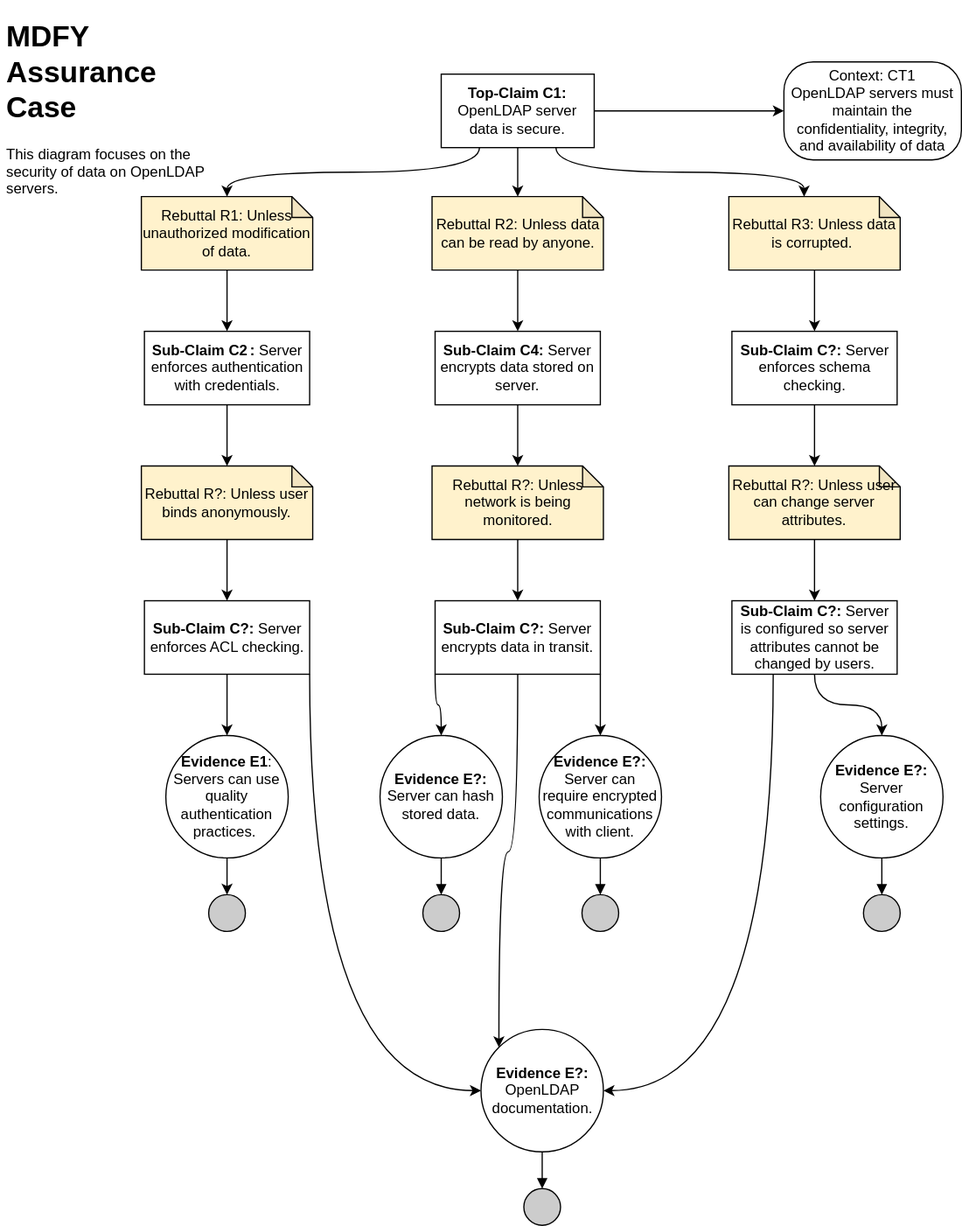
bartelsjoshuac/SAPG keeps this draw.io diagram as images/MDFY_Assurance_Case.drawio.svg. Above is the earlier version. Source tidied: cells renumbered, new cells last; positions are measured from the earlier drawing's top-left corner, leaving out a move shared by most shapes.
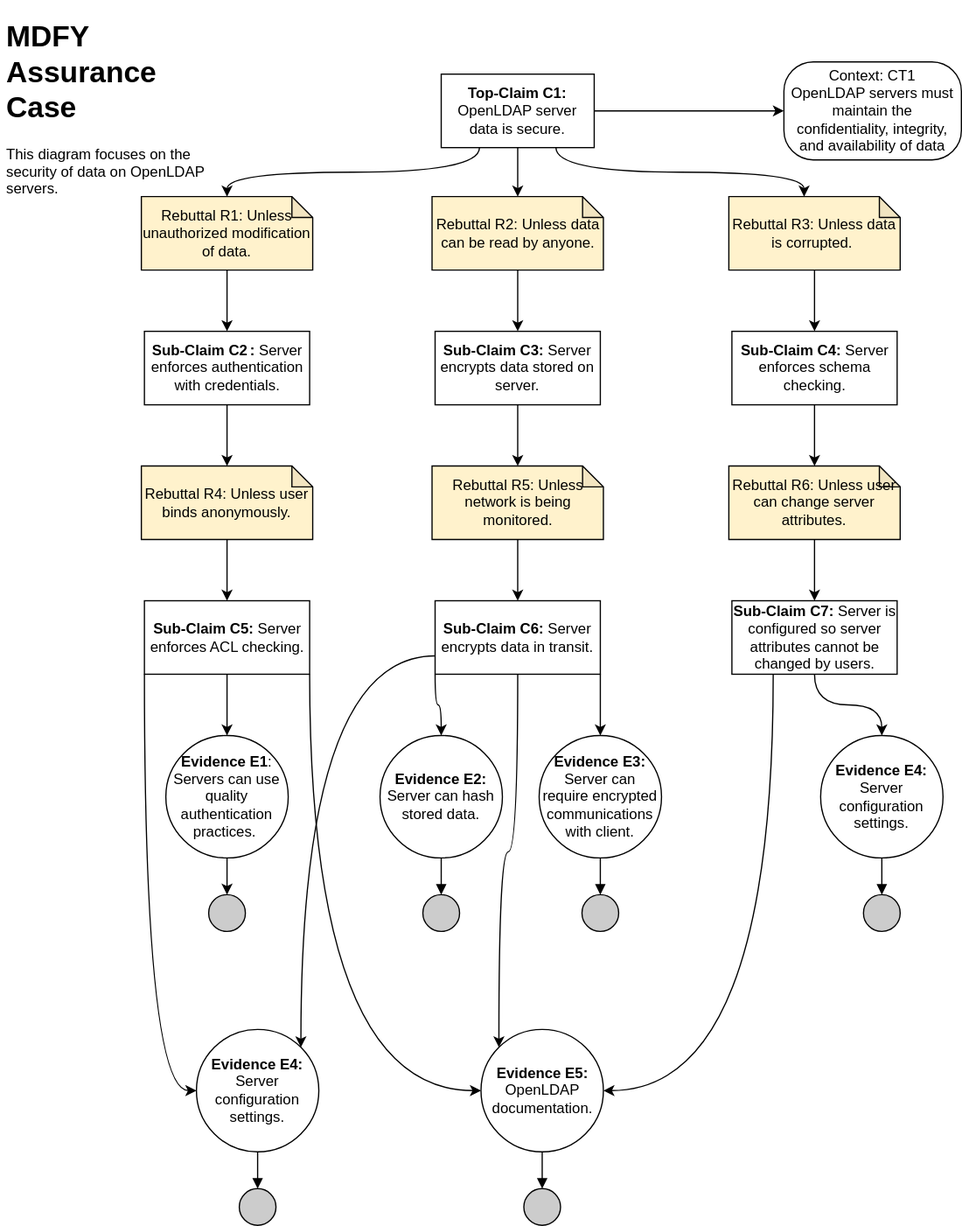
The same diagram one commit later.

Diff of the diagram source:
```diff
@@ -26,7 +26,7 @@
     <mxCell id="9" style="edgeStyle=orthogonalEdgeStyle;curved=1;rounded=0;jettySize=auto;html=1;entryX=0.5;entryY=0;entryDx=0;entryDy=0;endArrow=block;endFill=1;" parent="1" edge="1" source="10" target="12">
       <mxGeometry relative="1" as="geometry" />
     </mxCell>
-    <mxCell id="10" value="&lt;b&gt;Evidence E?:&lt;/b&gt;&lt;br&gt;OpenLDAP documentation." style="ellipse;whiteSpace=wrap;html=1;fillColor=#ffffff;rounded=0;" parent="1" vertex="1">
+    <mxCell id="10" value="&lt;b&gt;Evidence E5:&lt;/b&gt;&lt;br&gt;OpenLDAP documentation." style="ellipse;whiteSpace=wrap;html=1;fillColor=#ffffff;rounded=0;" parent="1" vertex="1">
       <mxGeometry x="392.5" y="830" width="100" height="100" as="geometry" />
     </mxCell>
     <mxCell id="11" style="ellipse;whiteSpace=wrap;html=1;fillColor=#CCCCCC;" parent="1" vertex="1">
@@ -59,19 +59,19 @@
     <mxCell id="20" style="edgeStyle=orthogonalEdgeStyle;rounded=0;jettySize=auto;html=1;exitX=0.5;exitY=1;exitDx=0;exitDy=0;exitPerimeter=0;entryX=0.5;entryY=0;entryDx=0;entryDy=0;" parent="1" edge="1" source="21" target="29">
       <mxGeometry relative="1" as="geometry" />
     </mxCell>
-    <mxCell id="21" value="Rebuttal R?: Unless network is being monitored." style="shape=note;whiteSpace=wrap;html=1;backgroundOutline=1;darkOpacity=0.05;size=17;fillColor=#FFF2CC;" parent="1" vertex="1">
+    <mxCell id="21" value="Rebuttal R5: Unless network is being monitored." style="shape=note;whiteSpace=wrap;html=1;backgroundOutline=1;darkOpacity=0.05;size=17;fillColor=#FFF2CC;" parent="1" vertex="1">
       <mxGeometry x="352.5" y="370" width="140" height="60" as="geometry" />
     </mxCell>
-    <mxCell id="22" value="&lt;b&gt;Sub-Claim C?: &lt;/b&gt;Server enforces schema checking." style="rounded=0;whiteSpace=wrap;html=1;" parent="1" vertex="1">
+    <mxCell id="22" value="&lt;b&gt;Sub-Claim C4: &lt;/b&gt;Server enforces schema checking." style="rounded=0;whiteSpace=wrap;html=1;" parent="1" vertex="1">
       <mxGeometry x="597.5" y="260" width="135" height="60" as="geometry" />
     </mxCell>
     <mxCell id="23" style="edgeStyle=orthogonalEdgeStyle;rounded=0;jettySize=auto;html=1;exitX=0.5;exitY=1;exitDx=0;exitDy=0;exitPerimeter=0;entryX=0.5;entryY=0;entryDx=0;entryDy=0;" parent="1" edge="1" source="24" target="32">
       <mxGeometry relative="1" as="geometry" />
     </mxCell>
-    <mxCell id="24" value="Rebuttal R?: Unless user binds anonymously." style="shape=note;whiteSpace=wrap;html=1;backgroundOutline=1;darkOpacity=0.05;size=17;fillColor=#FFF2CC;" parent="1" vertex="1">
+    <mxCell id="24" value="Rebuttal R4: Unless user binds anonymously." style="shape=note;whiteSpace=wrap;html=1;backgroundOutline=1;darkOpacity=0.05;size=17;fillColor=#FFF2CC;" parent="1" vertex="1">
       <mxGeometry x="115" y="370" width="140" height="60" as="geometry" />
     </mxCell>
-    <mxCell id="25" value="&lt;b&gt;Sub-Claim C4: &lt;/b&gt;Server encrypts data stored on server." style="rounded=0;whiteSpace=wrap;html=1;" parent="1" vertex="1">
+    <mxCell id="25" value="&lt;b&gt;Sub-Claim C3: &lt;/b&gt;Server encrypts data stored on server." style="rounded=0;whiteSpace=wrap;html=1;" parent="1" vertex="1">
       <mxGeometry x="355" y="260" width="135" height="60" as="geometry" />
     </mxCell>
     <mxCell id="26" style="edgeStyle=orthogonalEdgeStyle;rounded=0;jettySize=auto;html=1;exitX=0;exitY=1;exitDx=0;exitDy=0;entryX=0.5;entryY=0;entryDx=0;entryDy=0;curved=1;" parent="1" edge="1" source="29" target="41">
@@ -83,7 +83,10 @@
     <mxCell id="28" style="edgeStyle=orthogonalEdgeStyle;rounded=0;jettySize=auto;html=1;exitX=0.5;exitY=1;exitDx=0;exitDy=0;entryX=0;entryY=0;entryDx=0;entryDy=0;curved=1;" parent="1" edge="1" source="29" target="10">
       <mxGeometry relative="1" as="geometry" />
     </mxCell>
+    <mxCell id="52" style="edgeStyle=orthogonalEdgeStyle;rounded=0;jettySize=auto;html=1;exitX=0;exitY=0.75;exitDx=0;exitDy=0;entryX=1;entryY=0;entryDx=0;entryDy=0;curved=1;" parent="1" edge="1" source="29" target="55">
+      <mxGeometry relative="1" as="geometry" />
+    </mxCell>
-    <mxCell id="29" value="&lt;b&gt;Sub-Claim C?: &lt;/b&gt;Server encrypts data in transit." style="rounded=0;whiteSpace=wrap;html=1;" parent="1" vertex="1">
+    <mxCell id="29" value="&lt;b&gt;Sub-Claim C6: &lt;/b&gt;Server encrypts data in transit." style="rounded=0;whiteSpace=wrap;html=1;" parent="1" vertex="1">
       <mxGeometry x="355" y="480" width="135" height="60" as="geometry" />
     </mxCell>
     <mxCell id="30" style="edgeStyle=orthogonalEdgeStyle;rounded=0;jettySize=auto;html=1;exitX=0.5;exitY=1;exitDx=0;exitDy=0;entryX=0.5;entryY=0;entryDx=0;entryDy=0;" parent="1" edge="1" source="32" target="8">
@@ -92,7 +95,10 @@
     <mxCell id="31" style="edgeStyle=orthogonalEdgeStyle;rounded=0;jettySize=auto;html=1;exitX=1;exitY=1;exitDx=0;exitDy=0;entryX=0;entryY=0.5;entryDx=0;entryDy=0;curved=1;" parent="1" edge="1" source="32" target="10">
       <mxGeometry relative="1" as="geometry" />
     </mxCell>
+    <mxCell id="53" style="edgeStyle=orthogonalEdgeStyle;rounded=0;jettySize=auto;html=1;exitX=0;exitY=1;exitDx=0;exitDy=0;entryX=0;entryY=0.5;entryDx=0;entryDy=0;curved=1;" parent="1" edge="1" source="32" target="55">
+      <mxGeometry relative="1" as="geometry" />
+    </mxCell>
-    <mxCell id="32" value="&lt;b&gt;Sub-Claim C?: &lt;/b&gt;Server enforces ACL checking." style="rounded=0;whiteSpace=wrap;html=1;" parent="1" vertex="1">
+    <mxCell id="32" value="&lt;b&gt;Sub-Claim C5: &lt;/b&gt;Server enforces ACL checking." style="rounded=0;whiteSpace=wrap;html=1;" parent="1" vertex="1">
       <mxGeometry x="117.5" y="480" width="135" height="60" as="geometry" />
     </mxCell>
     <mxCell id="33" style="edgeStyle=orthogonalEdgeStyle;rounded=0;jettySize=auto;html=1;exitX=0.5;exitY=1;exitDx=0;exitDy=0;entryX=0.5;entryY=0;entryDx=0;entryDy=0;entryPerimeter=0;curved=1;" parent="1" edge="1" source="5" target="19">
@@ -110,7 +116,7 @@
     <mxCell id="37" style="edgeStyle=orthogonalEdgeStyle;curved=1;rounded=0;jettySize=auto;html=1;entryX=0.5;entryY=0;entryDx=0;entryDy=0;endArrow=block;endFill=1;" parent="1" edge="1" source="38" target="39">
       <mxGeometry relative="1" as="geometry" />
     </mxCell>
-    <mxCell id="38" value="&lt;b&gt;Evidence E?: &lt;/b&gt;Server configuration settings." style="ellipse;whiteSpace=wrap;html=1;fillColor=#ffffff;rounded=0;" parent="1" vertex="1">
+    <mxCell id="38" value="&lt;b&gt;Evidence E4: &lt;/b&gt;Server configuration settings." style="ellipse;whiteSpace=wrap;html=1;fillColor=#ffffff;rounded=0;" parent="1" vertex="1">
       <mxGeometry x="670" y="590" width="100" height="100" as="geometry" />
     </mxCell>
     <mxCell id="39" style="ellipse;whiteSpace=wrap;html=1;fillColor=#CCCCCC;" parent="1" vertex="1">
@@ -119,7 +125,7 @@
     <mxCell id="40" style="edgeStyle=orthogonalEdgeStyle;curved=1;rounded=0;jettySize=auto;html=1;entryX=0.5;entryY=0;entryDx=0;entryDy=0;endArrow=block;endFill=1;" parent="1" edge="1" source="41" target="42">
       <mxGeometry relative="1" as="geometry" />
     </mxCell>
-    <mxCell id="41" value="&lt;b&gt;Evidence E?:&lt;/b&gt;&lt;br&gt;Server can hash stored data." style="ellipse;whiteSpace=wrap;html=1;fillColor=#ffffff;rounded=0;" parent="1" vertex="1">
+    <mxCell id="41" value="&lt;b&gt;Evidence E2:&lt;/b&gt;&lt;br&gt;Server can hash stored data." style="ellipse;whiteSpace=wrap;html=1;fillColor=#ffffff;rounded=0;" parent="1" vertex="1">
       <mxGeometry x="310" y="590" width="100" height="100" as="geometry" />
     </mxCell>
     <mxCell id="42" style="ellipse;whiteSpace=wrap;html=1;fillColor=#CCCCCC;" parent="1" vertex="1">
@@ -128,7 +134,7 @@
     <mxCell id="43" style="edgeStyle=orthogonalEdgeStyle;curved=1;rounded=0;jettySize=auto;html=1;entryX=0.5;entryY=0;entryDx=0;entryDy=0;endArrow=block;endFill=1;" parent="1" edge="1" source="44" target="45">
       <mxGeometry relative="1" as="geometry" />
     </mxCell>
-    <mxCell id="44" value="&lt;b&gt;Evidence E?:&lt;/b&gt;&lt;br&gt;Server can require encrypted communications with client." style="ellipse;whiteSpace=wrap;html=1;fillColor=#ffffff;rounded=0;" parent="1" vertex="1">
+    <mxCell id="44" value="&lt;b&gt;Evidence E3:&lt;/b&gt;&lt;br&gt;Server can require encrypted communications with client." style="ellipse;whiteSpace=wrap;html=1;fillColor=#ffffff;rounded=0;" parent="1" vertex="1">
       <mxGeometry x="440" y="590" width="100" height="100" as="geometry" />
     </mxCell>
     <mxCell id="45" style="ellipse;whiteSpace=wrap;html=1;fillColor=#CCCCCC;" parent="1" vertex="1">
@@ -137,7 +143,7 @@
     <mxCell id="46" style="edgeStyle=orthogonalEdgeStyle;rounded=0;jettySize=auto;html=1;exitX=0.5;exitY=1;exitDx=0;exitDy=0;exitPerimeter=0;entryX=0.5;entryY=0;entryDx=0;entryDy=0;" parent="1" edge="1" source="47" target="51">
       <mxGeometry relative="1" as="geometry" />
     </mxCell>
-    <mxCell id="47" value="Rebuttal R?: Unless user can change server attributes." style="shape=note;whiteSpace=wrap;html=1;backgroundOutline=1;darkOpacity=0.05;size=17;fillColor=#FFF2CC;" parent="1" vertex="1">
+    <mxCell id="47" value="Rebuttal R6: Unless user can change server attributes." style="shape=note;whiteSpace=wrap;html=1;backgroundOutline=1;darkOpacity=0.05;size=17;fillColor=#FFF2CC;" parent="1" vertex="1">
       <mxGeometry x="595" y="370" width="140" height="60" as="geometry" />
     </mxCell>
     <mxCell id="48" style="edgeStyle=orthogonalEdgeStyle;rounded=0;jettySize=auto;html=1;exitX=0.5;exitY=1;exitDx=0;exitDy=0;entryX=0.5;entryY=0;entryDx=0;entryDy=0;entryPerimeter=0;" parent="1" edge="1" source="22" target="47">
@@ -149,8 +155,17 @@
     <mxCell id="50" style="edgeStyle=orthogonalEdgeStyle;rounded=0;jettySize=auto;html=1;exitX=0.25;exitY=1;exitDx=0;exitDy=0;entryX=1;entryY=0.5;entryDx=0;entryDy=0;curved=1;" parent="1" edge="1" source="51" target="10">
       <mxGeometry relative="1" as="geometry" />
     </mxCell>
-    <mxCell id="51" value="&lt;b&gt;Sub-Claim C?: &lt;/b&gt;Server is configured so server attributes cannot be changed by users." style="rounded=0;whiteSpace=wrap;html=1;" parent="1" vertex="1">
+    <mxCell id="51" value="&lt;b&gt;Sub-Claim C7: &lt;/b&gt;Server is configured so server attributes cannot be changed by users." style="rounded=0;whiteSpace=wrap;html=1;" parent="1" vertex="1">
       <mxGeometry x="597.5" y="480" width="135" height="60" as="geometry" />
     </mxCell>
+    <mxCell id="54" style="edgeStyle=orthogonalEdgeStyle;curved=1;rounded=0;jettySize=auto;html=1;entryX=0.5;entryY=0;entryDx=0;entryDy=0;endArrow=block;endFill=1;" parent="1" edge="1" source="55" target="56">
+      <mxGeometry relative="1" as="geometry" />
+    </mxCell>
+    <mxCell id="55" value="&lt;b&gt;Evidence E4: &lt;/b&gt;Server configuration settings." style="ellipse;whiteSpace=wrap;html=1;fillColor=#ffffff;rounded=0;" parent="1" vertex="1">
+      <mxGeometry x="160" y="830" width="100" height="100" as="geometry" />
+    </mxCell>
+    <mxCell id="56" style="ellipse;whiteSpace=wrap;html=1;fillColor=#CCCCCC;" parent="1" vertex="1">
+      <mxGeometry x="195" y="960" width="30" height="30" as="geometry" />
+    </mxCell>
   </root>
 </mxGraphModel>
```
